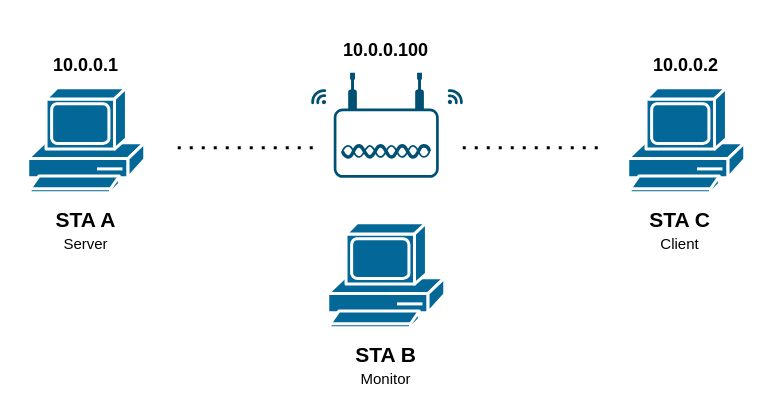
This is diagrams/rts_cts_frag.drawio from digas99/cm-project-wlan2, a draw.io file, before an edit. Source tidied: cells renumbered, new cells numbered last; positions are measured from the earlier drawing's top-left corner, leaving out a move shared by most shapes. Both pictures are drawn from the tidied source at 150%, with x=0, y=0 at pixel (27, 26).
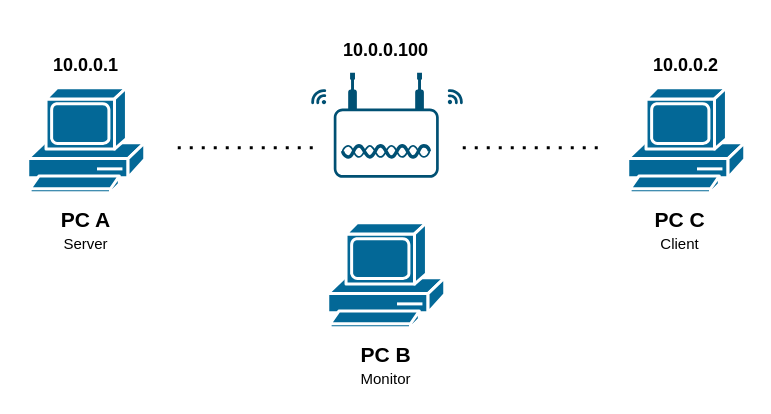
After the change.

What changed in the source:
```diff
@@
 <mxGraphModel>
   <root>
     <mxCell id="0" />
     <mxCell id="1" parent="0" />
     <mxCell id="2" style="shape=mxgraph.cisco.computers_and_peripherals.pc;html=1;dashed=0;fillColor=#036897;strokeColor=#ffffff;strokeWidth=2;verticalLabelPosition=bottom;verticalAlign=top;align=center;" parent="1" vertex="1">
       <mxGeometry y="41" width="78" height="70" as="geometry" />
     </mxCell>
     <mxCell id="3" style="shape=mxgraph.cisco.computers_and_peripherals.pc;html=1;dashed=0;fillColor=#036897;strokeColor=#ffffff;strokeWidth=2;verticalLabelPosition=bottom;verticalAlign=top;align=center;" parent="1" vertex="1">
       <mxGeometry x="200" y="131" width="78" height="70" as="geometry" />
     </mxCell>
     <mxCell id="4" style="shape=mxgraph.cisco.computers_and_peripherals.pc;html=1;dashed=0;fillColor=#036897;strokeColor=#ffffff;strokeWidth=2;verticalLabelPosition=bottom;verticalAlign=top;align=center;" parent="1" vertex="1">
       <mxGeometry x="400" y="41" width="78" height="70" as="geometry" />
     </mxCell>
     <mxCell id="5" style="verticalLabelPosition=bottom;sketch=0;html=1;verticalAlign=top;align=center;shape=mxgraph.cisco19.wireless_access_point;fillColor=#005073;strokeColor=none;" parent="1" vertex="1">
       <mxGeometry x="204" y="31" width="70" height="70" as="geometry" />
     </mxCell>
     <mxCell id="6" style="endArrow=none;dashed=1;html=1;dashPattern=1 3;strokeWidth=2;rounded=0;" parent="1" edge="1">
       <mxGeometry relative="1" as="geometry">
         <mxPoint x="290" y="81" as="sourcePoint" />
         <mxPoint x="380" y="81" as="targetPoint" />
       </mxGeometry>
     </mxCell>
     <mxCell id="7" style="endArrow=none;dashed=1;html=1;dashPattern=1 3;strokeWidth=2;rounded=0;" parent="1" edge="1">
       <mxGeometry relative="1" as="geometry">
         <mxPoint x="100" y="81" as="sourcePoint" />
         <mxPoint x="190" y="81" as="targetPoint" />
       </mxGeometry>
     </mxCell>
     <mxCell id="8" style="verticalLabelPosition=bottom;sketch=0;html=1;verticalAlign=top;align=center;shape=mxgraph.cisco19.3g_4g_indicator;fillColor=#005073;strokeColor=none;direction=north;" parent="1" vertex="1">
       <mxGeometry x="189" y="42" width="10" height="10" as="geometry" />
     </mxCell>
     <mxCell id="9" style="verticalLabelPosition=bottom;sketch=0;html=1;verticalAlign=top;align=center;shape=mxgraph.cisco19.3g_4g_indicator;fillColor=#005073;strokeColor=none;direction=east;" parent="1" vertex="1">
       <mxGeometry x="280" y="42" width="10" height="10" as="geometry" />
     </mxCell>
-    <mxCell id="10" value="&lt;font style=&quot;&quot;&gt;&lt;span style=&quot;font-size: 14px;&quot;&gt;&lt;b&gt;STA B&lt;/b&gt;&lt;/span&gt;&lt;br&gt;&lt;font style=&quot;font-size: 10px;&quot;&gt;Monitor&lt;/font&gt;&lt;br&gt;&lt;/font&gt;" style="text;html=1;strokeColor=none;fillColor=none;align=center;verticalAlign=middle;whiteSpace=wrap;rounded=0;" parent="1" vertex="1">
+    <mxCell id="10" value="&lt;font style=&quot;&quot;&gt;&lt;span style=&quot;font-size: 14px;&quot;&gt;&lt;b&gt;PC B&lt;/b&gt;&lt;/span&gt;&lt;br&gt;&lt;font style=&quot;font-size: 10px;&quot;&gt;Monitor&lt;/font&gt;&lt;br&gt;&lt;/font&gt;" style="text;html=1;strokeColor=none;fillColor=none;align=center;verticalAlign=middle;whiteSpace=wrap;rounded=0;" parent="1" vertex="1">
       <mxGeometry x="209" y="221" width="60" height="10" as="geometry" />
     </mxCell>
-    <mxCell id="11" value="&lt;font style=&quot;&quot;&gt;&lt;span style=&quot;font-size: 14px;&quot;&gt;&lt;b&gt;STA C&lt;/b&gt;&lt;/span&gt;&lt;br&gt;&lt;span style=&quot;font-size: 10px;&quot;&gt;Client&lt;/span&gt;&lt;br&gt;&lt;/font&gt;" style="text;html=1;strokeColor=none;fillColor=none;align=center;verticalAlign=middle;whiteSpace=wrap;rounded=0;" parent="1" vertex="1">
+    <mxCell id="11" value="&lt;font style=&quot;&quot;&gt;&lt;span style=&quot;font-size: 14px;&quot;&gt;&lt;b&gt;PC C&lt;/b&gt;&lt;/span&gt;&lt;br&gt;&lt;span style=&quot;font-size: 10px;&quot;&gt;Client&lt;/span&gt;&lt;br&gt;&lt;/font&gt;" style="text;html=1;strokeColor=none;fillColor=none;align=center;verticalAlign=middle;whiteSpace=wrap;rounded=0;" parent="1" vertex="1">
       <mxGeometry x="405" y="131" width="60" height="10" as="geometry" />
     </mxCell>
-    <mxCell id="12" value="&lt;font style=&quot;&quot;&gt;&lt;span style=&quot;font-size: 14px;&quot;&gt;&lt;b&gt;STA A&lt;/b&gt;&lt;/span&gt;&lt;br&gt;&lt;span style=&quot;font-size: 10px;&quot;&gt;Server&lt;/span&gt;&lt;br&gt;&lt;/font&gt;" style="text;html=1;strokeColor=none;fillColor=none;align=center;verticalAlign=middle;whiteSpace=wrap;rounded=0;" parent="1" vertex="1">
+    <mxCell id="12" value="&lt;font style=&quot;&quot;&gt;&lt;span style=&quot;font-size: 14px;&quot;&gt;&lt;b&gt;PC A&lt;/b&gt;&lt;/span&gt;&lt;br&gt;&lt;span style=&quot;font-size: 10px;&quot;&gt;Server&lt;/span&gt;&lt;br&gt;&lt;/font&gt;" style="text;html=1;strokeColor=none;fillColor=none;align=center;verticalAlign=middle;whiteSpace=wrap;rounded=0;" parent="1" vertex="1">
       <mxGeometry x="9" y="131" width="60" height="10" as="geometry" />
     </mxCell>
     <mxCell id="13" value="&lt;b&gt;&lt;font style=&quot;font-size: 12px;&quot;&gt;10.0.0.2&lt;/font&gt;&lt;/b&gt;" style="text;html=1;strokeColor=none;fillColor=none;align=center;verticalAlign=middle;whiteSpace=wrap;rounded=0;fontSize=10;" parent="1" vertex="1">
       <mxGeometry x="409" y="10" width="60" height="31" as="geometry" />
     </mxCell>
     <mxCell id="14" value="&lt;b&gt;&lt;font style=&quot;font-size: 12px;&quot;&gt;10.0.0.1&lt;/font&gt;&lt;/b&gt;" style="text;html=1;strokeColor=none;fillColor=none;align=center;verticalAlign=middle;whiteSpace=wrap;rounded=0;fontSize=10;" parent="1" vertex="1">
       <mxGeometry x="9" y="10" width="60" height="31" as="geometry" />
     </mxCell>
     <mxCell id="15" value="&lt;b&gt;&lt;font style=&quot;font-size: 12px;&quot;&gt;10.0.0.100&lt;/font&gt;&lt;/b&gt;" style="text;html=1;strokeColor=none;fillColor=none;align=center;verticalAlign=middle;whiteSpace=wrap;rounded=0;fontSize=10;" parent="1" vertex="1">
       <mxGeometry x="209" width="60" height="31" as="geometry" />
     </mxCell>
   </root>
 </mxGraphModel>
```
